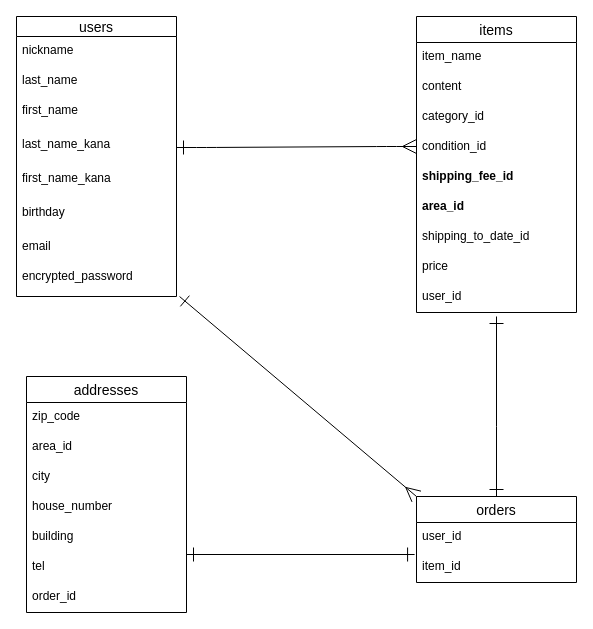
Earlier version of the draw.io diagram er.dio (toritori3165/furima-40258). Source tidied: cells renumbered, new cells numbered last; positions are measured from the earlier drawing's top-left corner, leaving out a move shared by most shapes. Both pictures are drawn from the tidied source at 100%, with x=0, y=0 at pixel (16, 16).
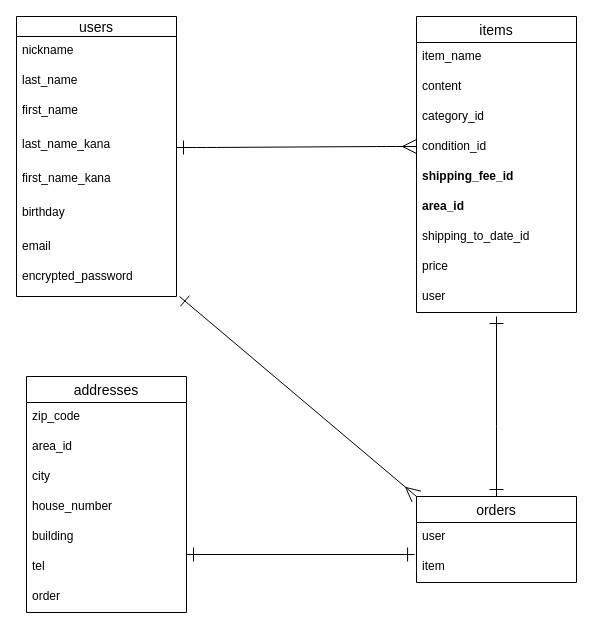
Above is the later version.

Unchanged cells that the change refers to:
```xml
<mxCell id="11" value="items" style="swimlane;fontStyle=0;horizontal=1;startSize=26;align=center;fontSize=14;strokeColor=default;" parent="1" vertex="1">
  <mxGeometry x="400" width="160" height="296" as="geometry" />
</mxCell>
<mxCell id="21" value="addresses" style="swimlane;fontStyle=0;horizontal=1;startSize=26;align=center;fontSize=14;strokeColor=default;" parent="1" vertex="1">
  <mxGeometry x="10" y="360" width="160" height="236" as="geometry" />
</mxCell>
<mxCell id="29" value="orders" style="swimlane;fontStyle=0;horizontal=1;startSize=26;align=center;fontSize=14;strokeColor=default;" parent="1" vertex="1">
  <mxGeometry x="400" y="480" width="160" height="86" as="geometry" />
</mxCell>
```

Diff of the diagram source:
```diff
@@
-    <mxCell id="20" value="user_id" style="text;strokeColor=none;fillColor=none;spacingLeft=4;spacingRight=4;overflow=hidden;fontSize=12;" parent="11" vertex="1">
+    <mxCell id="20" value="user" style="text;strokeColor=none;fillColor=none;spacingLeft=4;spacingRight=4;overflow=hidden;fontSize=12;" parent="11" vertex="1">
       <mxGeometry y="266" width="160" height="30" as="geometry" />
     </mxCell>
@@
-    <mxCell id="28" value="order_id" style="text;strokeColor=none;fillColor=none;spacingLeft=4;spacingRight=4;overflow=hidden;fontSize=12;" parent="21" vertex="1">
+    <mxCell id="28" value="order" style="text;strokeColor=none;fillColor=none;spacingLeft=4;spacingRight=4;overflow=hidden;fontSize=12;" parent="21" vertex="1">
       <mxGeometry y="206" width="160" height="30" as="geometry" />
     </mxCell>
@@
-    <mxCell id="30" value="user_id" style="text;strokeColor=none;fillColor=none;spacingLeft=4;spacingRight=4;overflow=hidden;points=[[0,0.5],[1,0.5]];portConstraint=eastwest;fontSize=12;" parent="29" vertex="1">
+    <mxCell id="30" value="user" style="text;strokeColor=none;fillColor=none;spacingLeft=4;spacingRight=4;overflow=hidden;points=[[0,0.5],[1,0.5]];portConstraint=eastwest;fontSize=12;" parent="29" vertex="1">
       <mxGeometry y="26" width="160" height="30" as="geometry" />
     </mxCell>
-    <mxCell id="31" value="item_id" style="text;strokeColor=none;fillColor=none;spacingLeft=4;spacingRight=4;overflow=hidden;fontSize=12;" parent="29" vertex="1">
+    <mxCell id="31" value="item" style="text;strokeColor=none;fillColor=none;spacingLeft=4;spacingRight=4;overflow=hidden;fontSize=12;" parent="29" vertex="1">
       <mxGeometry y="56" width="160" height="30" as="geometry" />
     </mxCell>
```
